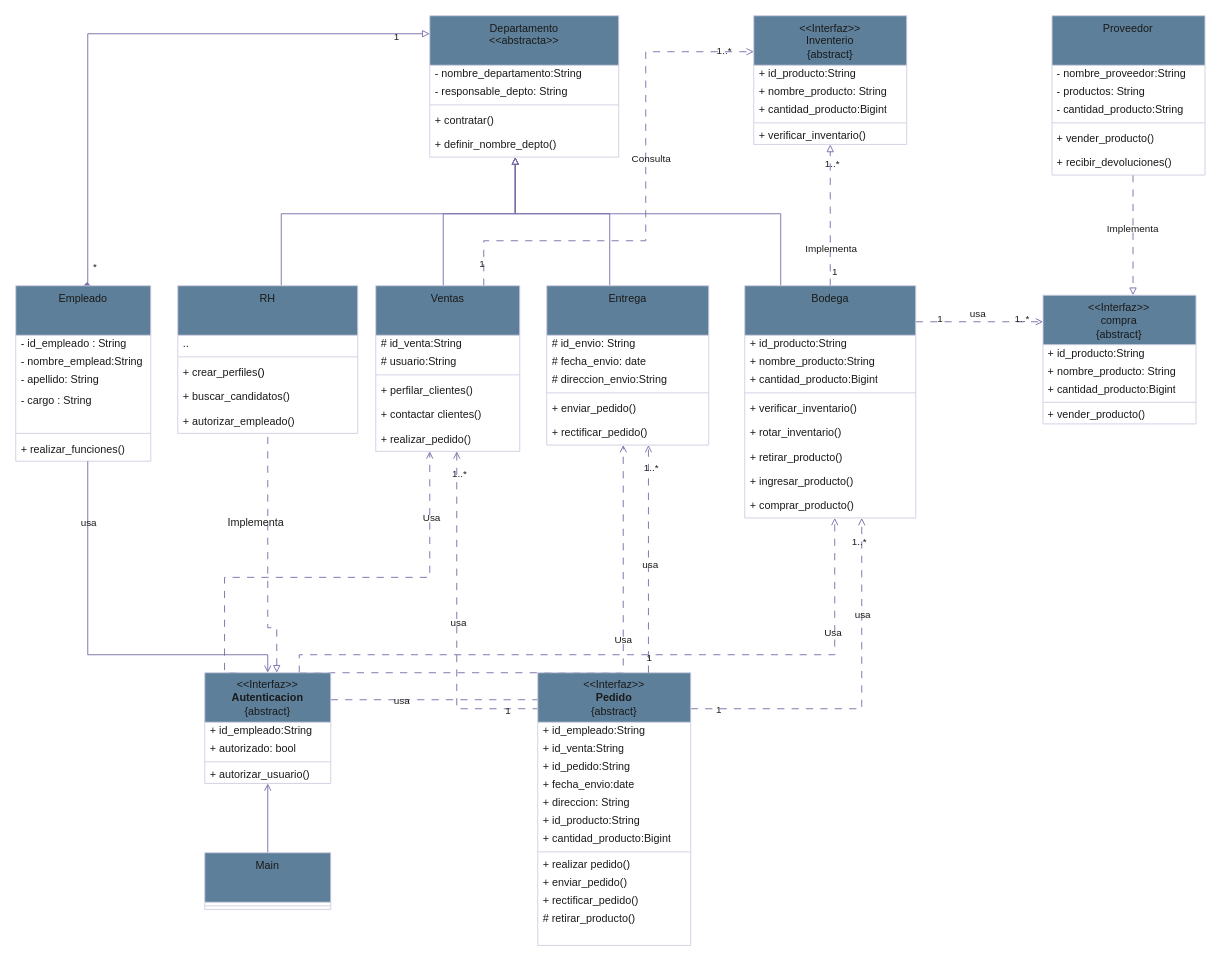
This is PoliAct2.drawio from inglopez89/poli_master_project, a draw.io file, before an edit. Source tidied: cells renumbered, new cells numbered last; positions are measured from the earlier drawing's top-left corner, leaving out a move shared by most shapes. Both pictures are drawn from the tidied source at 90%, with x=0, y=0 at pixel (15, 15).
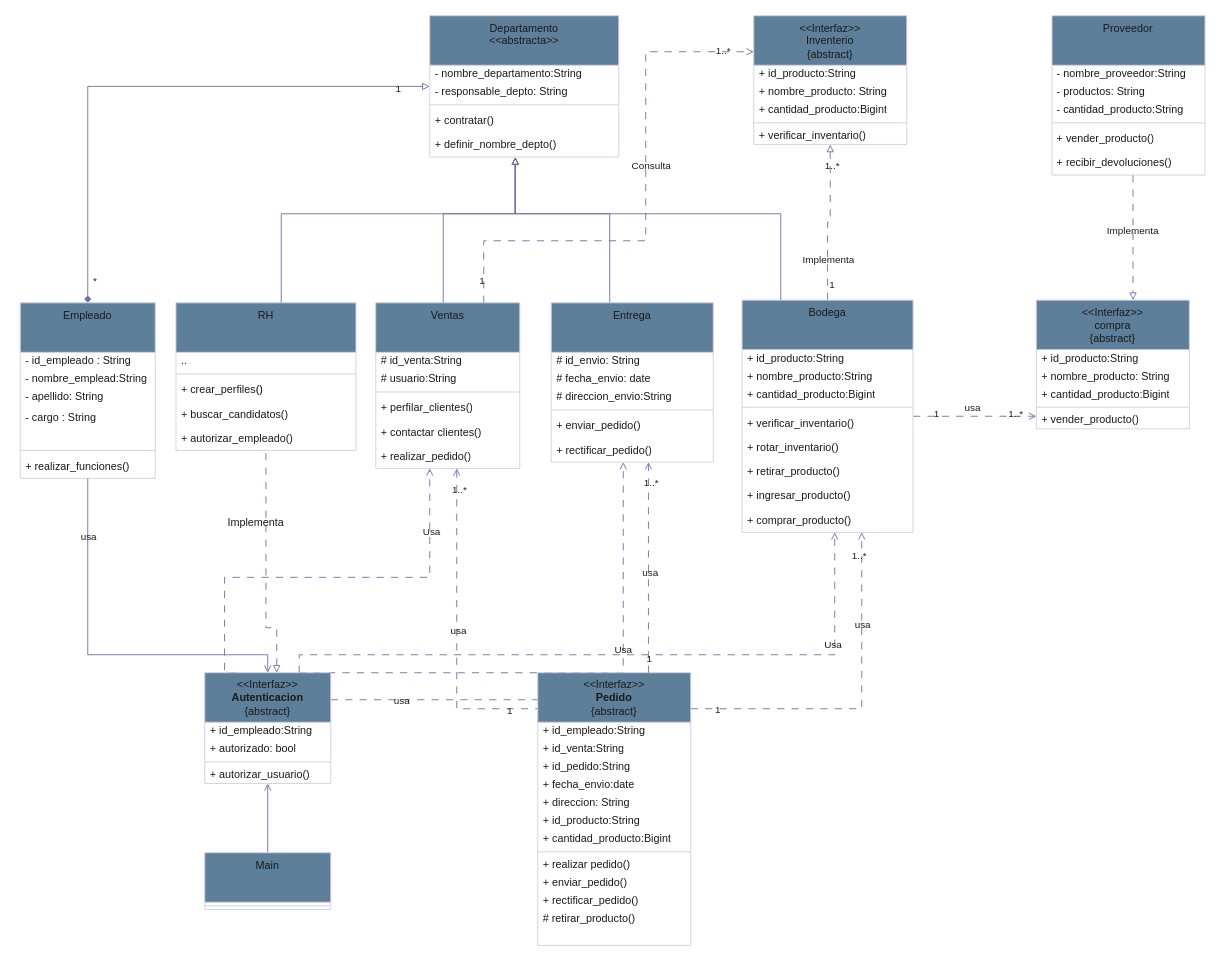
The same diagram, later.

Unchanged cells that the change refers to:
```xml
<mxCell id="2" value="Departamento&lt;div&gt;&amp;lt;&amp;lt;abstracta&amp;gt;&amp;gt;&lt;/div&gt;" style="swimlane;fontStyle=0;align=center;verticalAlign=top;horizontal=1;startSize=55;html=1;whiteSpace=wrap;labelBackgroundColor=none;fillColor=#5D7F99;strokeColor=#D0CEE2;fontColor=#1A1A1A;rounded=0;" parent="1" vertex="1">
  <mxGeometry x="460" width="210" height="157" as="geometry" />
</mxCell>
<mxCell id="45" value="Proveedor" style="swimlane;fontStyle=0;align=center;verticalAlign=top;horizontal=1;startSize=55;html=1;whiteSpace=wrap;labelBackgroundColor=none;fillColor=#5D7F99;strokeColor=#D0CEE2;fontColor=#1A1A1A;rounded=0;" parent="1" vertex="1">
  <mxGeometry x="1151.4" width="170" height="177" as="geometry" />
</mxCell>
<mxCell id="75" value="&amp;lt;&amp;lt;Interfaz&amp;gt;&amp;gt;&lt;br&gt;&lt;b&gt;Autenticacion&lt;/b&gt;&lt;br&gt;{abstract}" style="swimlane;fontStyle=0;align=center;verticalAlign=top;horizontal=1;startSize=55;html=1;whiteSpace=wrap;labelBackgroundColor=none;fillColor=#5D7F99;strokeColor=#D0CEE2;fontColor=#1A1A1A;rounded=0;" parent="1" vertex="1">
  <mxGeometry x="210" y="730" width="140" height="123" as="geometry" />
</mxCell>
<mxCell id="95" value="&amp;lt;&amp;lt;Interfaz&amp;gt;&amp;gt;&lt;div&gt;Inventerio&lt;br&gt;{abstract}&lt;/div&gt;" style="swimlane;fontStyle=0;align=center;verticalAlign=top;horizontal=1;startSize=55;html=1;whiteSpace=wrap;labelBackgroundColor=none;fillColor=#5D7F99;strokeColor=#D0CEE2;fontColor=#1A1A1A;rounded=0;" parent="1" vertex="1">
  <mxGeometry x="820" width="170" height="143" as="geometry" />
</mxCell>
<mxCell id="102" value="Main" style="swimlane;fontStyle=0;align=center;verticalAlign=top;horizontal=1;startSize=55;html=1;whiteSpace=wrap;labelBackgroundColor=none;fillColor=#5D7F99;strokeColor=#D0CEE2;fontColor=#1A1A1A;rounded=0;" parent="1" vertex="1">
  <mxGeometry x="210" y="930" width="140" height="63" as="geometry" />
</mxCell>
<mxCell id="108" value="&amp;lt;&amp;lt;Interfaz&amp;gt;&amp;gt;&lt;br&gt;&lt;b&gt;Pedido&lt;/b&gt;&lt;br&gt;{abstract}" style="swimlane;fontStyle=0;align=center;verticalAlign=top;horizontal=1;startSize=55;html=1;whiteSpace=wrap;labelBackgroundColor=none;fillColor=#5D7F99;strokeColor=#D0CEE2;fontColor=#1A1A1A;rounded=0;" parent="1" vertex="1">
  <mxGeometry x="580" y="730" width="170" height="303" as="geometry" />
</mxCell>
```

Diff of the diagram source:
```diff
@@
-    <mxCell id="9" style="edgeStyle=orthogonalEdgeStyle;rounded=0;jettySize=auto;html=1;endArrow=open;endFill=0;dashed=1;dashPattern=8 8;labelBackgroundColor=none;strokeColor=#736CA8;fontColor=default;" parent="1" edge="1" source="17" target="95">
+    <mxCell id="9" style="edgeStyle=orthogonalEdgeStyle;rounded=0;jettySize=auto;html=1;endArrow=open;endFill=0;dashed=1;dashPattern=8 8;labelBackgroundColor=none;strokeColor=#736CA8;fontColor=default;flowAnimation=1;" parent="1" edge="1" source="17" target="95">
       <mxGeometry relative="1" as="geometry">
         <Array as="points">
           <mxPoint x="520" y="250" />
           <mxPoint x="700" y="250" />
           <mxPoint x="700" y="40" />
         </Array>
       </mxGeometry>
     </mxCell>
@@
-    <mxCell id="13" style="edgeStyle=orthogonalEdgeStyle;rounded=0;jettySize=auto;html=1;endArrow=none;endFill=0;dashed=1;dashPattern=8 8;startArrow=open;startFill=0;labelBackgroundColor=none;strokeColor=#736CA8;fontColor=default;" parent="1" edge="1" source="17" target="108">
+    <mxCell id="13" style="edgeStyle=orthogonalEdgeStyle;rounded=0;jettySize=auto;html=1;endArrow=none;endFill=0;dashed=1;dashPattern=8 8;startArrow=open;startFill=0;labelBackgroundColor=none;strokeColor=#736CA8;fontColor=default;flowAnimation=1;" parent="1" edge="1" source="17" target="108">
       <mxGeometry relative="1" as="geometry">
         <Array as="points">
           <mxPoint x="490" y="770" />
         </Array>
       </mxGeometry>
     </mxCell>
@@
     <mxCell id="17" value="Ventas" style="swimlane;fontStyle=0;align=center;verticalAlign=top;horizontal=1;startSize=55;html=1;whiteSpace=wrap;labelBackgroundColor=none;fillColor=#5D7F99;strokeColor=#D0CEE2;fontColor=#1A1A1A;rounded=0;" parent="1" vertex="1">
-      <mxGeometry x="400" y="300" width="160" height="184" as="geometry" />
+      <mxGeometry x="400" y="319" width="160" height="184" as="geometry" />
     </mxCell>
@@
-    <mxCell id="24" style="edgeStyle=orthogonalEdgeStyle;rounded=0;jettySize=auto;html=1;endArrow=block;endFill=0;labelBackgroundColor=none;strokeColor=#736CA8;fontColor=default;" parent="1" edge="1" source="33" target="2">
+    <mxCell id="24" style="edgeStyle=orthogonalEdgeStyle;rounded=0;jettySize=auto;html=1;endArrow=block;endFill=0;labelBackgroundColor=none;strokeColor=#736CA8;fontColor=default;flowAnimation=1;" parent="1" edge="1" source="33" target="2">
       <mxGeometry relative="1" as="geometry">
         <Array as="points">
           <mxPoint x="850" y="220" />
           <mxPoint x="555" y="220" />
         </Array>
       </mxGeometry>
     </mxCell>
-    <mxCell id="25" style="edgeStyle=orthogonalEdgeStyle;rounded=0;jettySize=auto;html=1;endArrow=block;endFill=0;dashed=1;dashPattern=8 8;labelBackgroundColor=none;strokeColor=#736CA8;fontColor=default;" parent="1" edge="1" source="33" target="95">
+    <mxCell id="25" style="edgeStyle=orthogonalEdgeStyle;rounded=0;jettySize=auto;html=1;endArrow=block;endFill=0;dashed=1;dashPattern=8 8;labelBackgroundColor=none;strokeColor=#736CA8;fontColor=default;flowAnimation=1;" parent="1" edge="1" source="33" target="95">
       <mxGeometry relative="1" as="geometry" />
     </mxCell>
@@
-    <mxCell id="29" style="edgeStyle=orthogonalEdgeStyle;rounded=0;jettySize=auto;html=1;endArrow=open;endFill=0;dashed=1;dashPattern=8 8;labelBackgroundColor=none;strokeColor=#736CA8;fontColor=default;" parent="1" edge="1" source="33" target="126">
+    <mxCell id="29" style="edgeStyle=orthogonalEdgeStyle;rounded=0;jettySize=auto;html=1;endArrow=open;endFill=0;dashed=1;dashPattern=8 8;labelBackgroundColor=none;strokeColor=#736CA8;fontColor=default;flowAnimation=1;" parent="1" edge="1" source="33" target="126">
       <mxGeometry relative="1" as="geometry">
         <Array as="points">
           <mxPoint x="1140" y="340" />
           <mxPoint x="1140" y="340" />
         </Array>
       </mxGeometry>
     </mxCell>
@@
     <mxCell id="33" value="Bodega" style="swimlane;fontStyle=0;align=center;verticalAlign=top;horizontal=1;startSize=55;html=1;whiteSpace=wrap;labelBackgroundColor=none;fillColor=#5D7F99;strokeColor=#D0CEE2;fontColor=#1A1A1A;rounded=0;" parent="1" vertex="1">
-      <mxGeometry x="810" y="300" width="190" height="258" as="geometry" />
+      <mxGeometry x="807" y="316" width="190" height="258" as="geometry" />
     </mxCell>
@@
-    <mxCell id="43" style="edgeStyle=orthogonalEdgeStyle;rounded=0;jettySize=auto;html=1;strokeWidth=1;endArrow=block;endFill=0;dashed=1;dashPattern=8 8;labelBackgroundColor=none;strokeColor=#736CA8;fontColor=default;" parent="1" edge="1" source="45" target="126">
+    <mxCell id="43" style="edgeStyle=orthogonalEdgeStyle;rounded=0;jettySize=auto;html=1;strokeWidth=1;endArrow=block;endFill=0;dashed=1;dashPattern=8 8;labelBackgroundColor=none;strokeColor=#736CA8;fontColor=default;flowAnimation=1;" parent="1" edge="1" source="45" target="126">
       <mxGeometry relative="1" as="geometry">
         <Array as="points">
           <mxPoint x="1241.4" y="240" />
           <mxPoint x="1241.4" y="240" />
         </Array>
       </mxGeometry>
     </mxCell>
@@
-    <mxCell id="52" style="edgeStyle=orthogonalEdgeStyle;rounded=0;jettySize=auto;html=1;endArrow=block;endFill=0;labelBackgroundColor=none;strokeColor=#736CA8;fontColor=default;" parent="1" edge="1" source="53" target="2">
+    <mxCell id="52" style="edgeStyle=orthogonalEdgeStyle;rounded=0;jettySize=auto;html=1;endArrow=block;endFill=0;labelBackgroundColor=none;strokeColor=#736CA8;fontColor=default;flowAnimation=1;" parent="1" edge="1" source="53" target="2">
       <mxGeometry relative="1" as="geometry">
         <Array as="points">
           <mxPoint x="660" y="220" />
           <mxPoint x="555" y="220" />
         </Array>
       </mxGeometry>
     </mxCell>
     <mxCell id="53" value="Entrega" style="swimlane;fontStyle=0;align=center;verticalAlign=top;horizontal=1;startSize=55;html=1;whiteSpace=wrap;labelBackgroundColor=none;fillColor=#5D7F99;strokeColor=#D0CEE2;fontColor=#1A1A1A;rounded=0;" parent="1" vertex="1">
-      <mxGeometry x="590" y="300" width="180" height="177" as="geometry" />
+      <mxGeometry x="595" y="319" width="180" height="177" as="geometry" />
     </mxCell>
@@
-    <mxCell id="60" style="edgeStyle=orthogonalEdgeStyle;rounded=0;jettySize=auto;html=1;endArrow=block;endFill=0;labelBackgroundColor=none;strokeColor=#736CA8;fontColor=default;" parent="1" edge="1" source="61" target="2">
+    <mxCell id="60" style="edgeStyle=orthogonalEdgeStyle;rounded=0;jettySize=auto;html=1;endArrow=block;endFill=0;labelBackgroundColor=none;strokeColor=#736CA8;fontColor=default;flowAnimation=1;" parent="1" edge="1" source="61" target="2">
       <mxGeometry relative="1" as="geometry">
         <Array as="points">
           <mxPoint x="295" y="220" />
           <mxPoint x="555" y="220" />
         </Array>
       </mxGeometry>
     </mxCell>
     <mxCell id="61" value="RH" style="swimlane;fontStyle=0;align=center;verticalAlign=top;horizontal=1;startSize=55;html=1;whiteSpace=wrap;labelBackgroundColor=none;fillColor=#5D7F99;strokeColor=#D0CEE2;fontColor=#1A1A1A;rounded=0;" parent="1" vertex="1">
-      <mxGeometry x="180" y="300" width="200" height="164" as="geometry" />
+      <mxGeometry x="178" y="319" width="200" height="164" as="geometry" />
     </mxCell>
@@
-    <mxCell id="67" style="edgeStyle=orthogonalEdgeStyle;rounded=0;jettySize=auto;html=1;endArrow=open;endFill=0;exitX=0.25;exitY=0;exitDx=0;exitDy=0;dashed=1;dashPattern=8 8;startArrow=none;startFill=0;labelBackgroundColor=none;strokeColor=#736CA8;fontColor=default;" parent="1" edge="1" source="75" target="17">
+    <mxCell id="67" style="edgeStyle=orthogonalEdgeStyle;rounded=0;jettySize=auto;html=1;endArrow=open;endFill=0;exitX=0.25;exitY=0;exitDx=0;exitDy=0;dashed=1;dashPattern=8 8;startArrow=none;startFill=0;labelBackgroundColor=none;strokeColor=#736CA8;fontColor=default;flowAnimation=1;" parent="1" edge="1" source="75" target="17">
       <mxGeometry relative="1" as="geometry">
         <Array as="points">
           <mxPoint x="232" y="624" />
           <mxPoint x="460" y="624" />
         </Array>
       </mxGeometry>
     </mxCell>
@@
-    <mxCell id="69" style="edgeStyle=orthogonalEdgeStyle;rounded=0;jettySize=auto;html=1;endArrow=open;endFill=0;exitX=0.75;exitY=0;exitDx=0;exitDy=0;dashed=1;dashPattern=8 8;startArrow=none;startFill=0;labelBackgroundColor=none;strokeColor=#736CA8;fontColor=default;" parent="1" edge="1" source="75" target="53">
+    <mxCell id="69" style="edgeStyle=orthogonalEdgeStyle;rounded=0;jettySize=auto;html=1;endArrow=open;endFill=0;exitX=0.75;exitY=0;exitDx=0;exitDy=0;dashed=1;dashPattern=8 8;startArrow=none;startFill=0;labelBackgroundColor=none;strokeColor=#736CA8;fontColor=default;flowAnimation=1;" parent="1" edge="1" source="75" target="53">
       <mxGeometry relative="1" as="geometry">
         <Array as="points">
           <mxPoint x="675" y="730" />
         </Array>
       </mxGeometry>
     </mxCell>
@@
-    <mxCell id="71" style="edgeStyle=orthogonalEdgeStyle;rounded=0;jettySize=auto;html=1;endArrow=open;endFill=0;dashed=1;dashPattern=8 8;startArrow=none;startFill=0;exitX=0.75;exitY=0;exitDx=0;exitDy=0;labelBackgroundColor=none;strokeColor=#736CA8;fontColor=default;" parent="1" edge="1" source="75" target="33">
+    <mxCell id="71" style="edgeStyle=orthogonalEdgeStyle;rounded=0;jettySize=auto;html=1;endArrow=open;endFill=0;dashed=1;dashPattern=8 8;startArrow=none;startFill=0;exitX=0.75;exitY=0;exitDx=0;exitDy=0;labelBackgroundColor=none;strokeColor=#736CA8;fontColor=default;flowAnimation=1;" parent="1" edge="1" source="75" target="33">
       <mxGeometry relative="1" as="geometry">
         <Array as="points">
           <mxPoint x="315" y="710" />
           <mxPoint x="910" y="710" />
         </Array>
       </mxGeometry>
     </mxCell>
@@
-    <mxCell id="73" style="edgeStyle=orthogonalEdgeStyle;rounded=0;orthogonalLoop=1;jettySize=auto;html=1;dashed=1;dashPattern=8 8;endArrow=open;endFill=0;labelBackgroundColor=none;strokeColor=#736CA8;fontColor=default;" parent="1" edge="1">
+    <mxCell id="73" style="edgeStyle=orthogonalEdgeStyle;rounded=0;orthogonalLoop=1;jettySize=auto;html=1;dashed=1;dashPattern=8 8;endArrow=open;endFill=0;labelBackgroundColor=none;strokeColor=#736CA8;fontColor=default;flowAnimation=1;" parent="1" edge="1">
       <mxGeometry relative="1" as="geometry">
         <mxPoint x="350" y="760" as="sourcePoint" />
         <mxPoint x="600" y="760" as="targetPoint" />
         <Array as="points">
           <mxPoint x="560" y="760.5" />
           <mxPoint x="560" y="760.5" />
         </Array>
       </mxGeometry>
     </mxCell>
@@
-    <mxCell id="80" style="edgeStyle=orthogonalEdgeStyle;rounded=0;jettySize=auto;html=1;endArrow=block;endFill=0;startArrow=diamond;startFill=1;exitX=0.5;exitY=0;exitDx=0;exitDy=0;labelBackgroundColor=none;strokeColor=#736CA8;fontColor=default;" parent="1" edge="1" source="83" target="2">
+    <mxCell id="80" style="edgeStyle=orthogonalEdgeStyle;rounded=0;jettySize=auto;html=1;endArrow=block;endFill=0;startArrow=diamond;startFill=1;exitX=0.5;exitY=0;exitDx=0;exitDy=0;labelBackgroundColor=none;strokeColor=#736CA8;fontColor=default;flowAnimation=1;" parent="1" edge="1" source="83" target="2">
       <mxGeometry relative="1" as="geometry">
         <Array as="points">
           <mxPoint x="80" y="300" />
           <mxPoint x="80" y="20" />
         </Array>
       </mxGeometry>
     </mxCell>
@@
     <mxCell id="83" value="Empleado" style="swimlane;fontStyle=0;align=center;verticalAlign=top;horizontal=1;startSize=55;html=1;whiteSpace=wrap;labelBackgroundColor=none;fillColor=#5D7F99;strokeColor=#D0CEE2;fontColor=#1A1A1A;rounded=0;" parent="1" vertex="1">
-      <mxGeometry y="300" width="150" height="195" as="geometry" />
+      <mxGeometry x="5" y="319" width="150" height="195" as="geometry" />
     </mxCell>
@@
-    <mxCell id="91" style="edgeStyle=orthogonalEdgeStyle;rounded=0;jettySize=auto;html=1;endArrow=none;endFill=0;startArrow=block;startFill=0;dashed=1;dashPattern=8 8;labelBackgroundColor=none;strokeColor=#736CA8;fontColor=default;" parent="1" edge="1" source="75" target="61">
+    <mxCell id="91" style="edgeStyle=orthogonalEdgeStyle;rounded=0;jettySize=auto;html=1;endArrow=none;endFill=0;startArrow=block;startFill=0;dashed=1;dashPattern=8 8;labelBackgroundColor=none;strokeColor=#736CA8;fontColor=default;flowAnimation=1;" parent="1" edge="1" source="75" target="61">
       <mxGeometry relative="1" as="geometry">
         <Array as="points">
           <mxPoint x="290" y="680" />
         </Array>
       </mxGeometry>
     </mxCell>
-    <mxCell id="92" style="edgeStyle=orthogonalEdgeStyle;rounded=0;jettySize=auto;html=1;endArrow=open;endFill=0;labelBackgroundColor=none;strokeColor=#736CA8;fontColor=default;" parent="1" edge="1" source="83" target="75">
+    <mxCell id="92" style="edgeStyle=orthogonalEdgeStyle;rounded=0;jettySize=auto;html=1;endArrow=open;endFill=0;labelBackgroundColor=none;strokeColor=#736CA8;fontColor=default;flowAnimation=1;" parent="1" edge="1" source="83" target="75">
       <mxGeometry relative="1" as="geometry">
         <Array as="points">
           <mxPoint x="80" y="710" />
         </Array>
       </mxGeometry>
     </mxCell>
@@
-    <mxCell id="101" style="edgeStyle=orthogonalEdgeStyle;rounded=0;jettySize=auto;html=1;endArrow=open;endFill=0;labelBackgroundColor=none;strokeColor=#736CA8;fontColor=default;" parent="1" edge="1" source="102" target="75">
+    <mxCell id="101" style="edgeStyle=orthogonalEdgeStyle;rounded=0;jettySize=auto;html=1;endArrow=open;endFill=0;labelBackgroundColor=none;strokeColor=#736CA8;fontColor=default;flowAnimation=1;" parent="1" edge="1" source="102" target="75">
       <mxGeometry relative="1" as="geometry" />
     </mxCell>
@@
-    <mxCell id="104" style="edgeStyle=orthogonalEdgeStyle;rounded=0;jettySize=auto;html=1;endArrow=open;endFill=0;dashed=1;dashPattern=8 8;labelBackgroundColor=none;strokeColor=#736CA8;fontColor=default;" parent="1" edge="1" source="108" target="33">
+    <mxCell id="104" style="edgeStyle=orthogonalEdgeStyle;rounded=0;jettySize=auto;html=1;endArrow=open;endFill=0;dashed=1;dashPattern=8 8;labelBackgroundColor=none;strokeColor=#736CA8;fontColor=default;flowAnimation=1;" parent="1" edge="1" source="108" target="33">
       <mxGeometry relative="1" as="geometry">
         <Array as="points">
           <mxPoint x="940" y="770" />
         </Array>
       </mxGeometry>
     </mxCell>
@@
-    <mxCell id="122" style="edgeStyle=orthogonalEdgeStyle;rounded=0;jettySize=auto;html=1;endArrow=open;endFill=0;dashed=1;dashPattern=8 8;labelBackgroundColor=none;strokeColor=#736CA8;fontColor=default;" parent="1" edge="1" source="108" target="53">
+    <mxCell id="122" style="edgeStyle=orthogonalEdgeStyle;rounded=0;jettySize=auto;html=1;endArrow=open;endFill=0;dashed=1;dashPattern=8 8;labelBackgroundColor=none;strokeColor=#736CA8;fontColor=default;flowAnimation=1;" parent="1" edge="1" source="108" target="53">
       <mxGeometry relative="1" as="geometry">
         <Array as="points">
           <mxPoint x="703" y="710" />
           <mxPoint x="703" y="710" />
         </Array>
       </mxGeometry>
     </mxCell>
@@
     <mxCell id="126" value="&amp;lt;&amp;lt;Interfaz&amp;gt;&amp;gt;&lt;div&gt;compra&lt;br&gt;{abstract}&lt;/div&gt;" style="swimlane;fontStyle=0;align=center;verticalAlign=top;horizontal=1;startSize=55;html=1;whiteSpace=wrap;labelBackgroundColor=none;fillColor=#5D7F99;strokeColor=#D0CEE2;fontColor=#1A1A1A;rounded=0;" parent="1" vertex="1">
-      <mxGeometry x="1141.4" y="310.5" width="170" height="143" as="geometry" />
+      <mxGeometry x="1134" y="316" width="170" height="143" as="geometry" />
     </mxCell>
```
